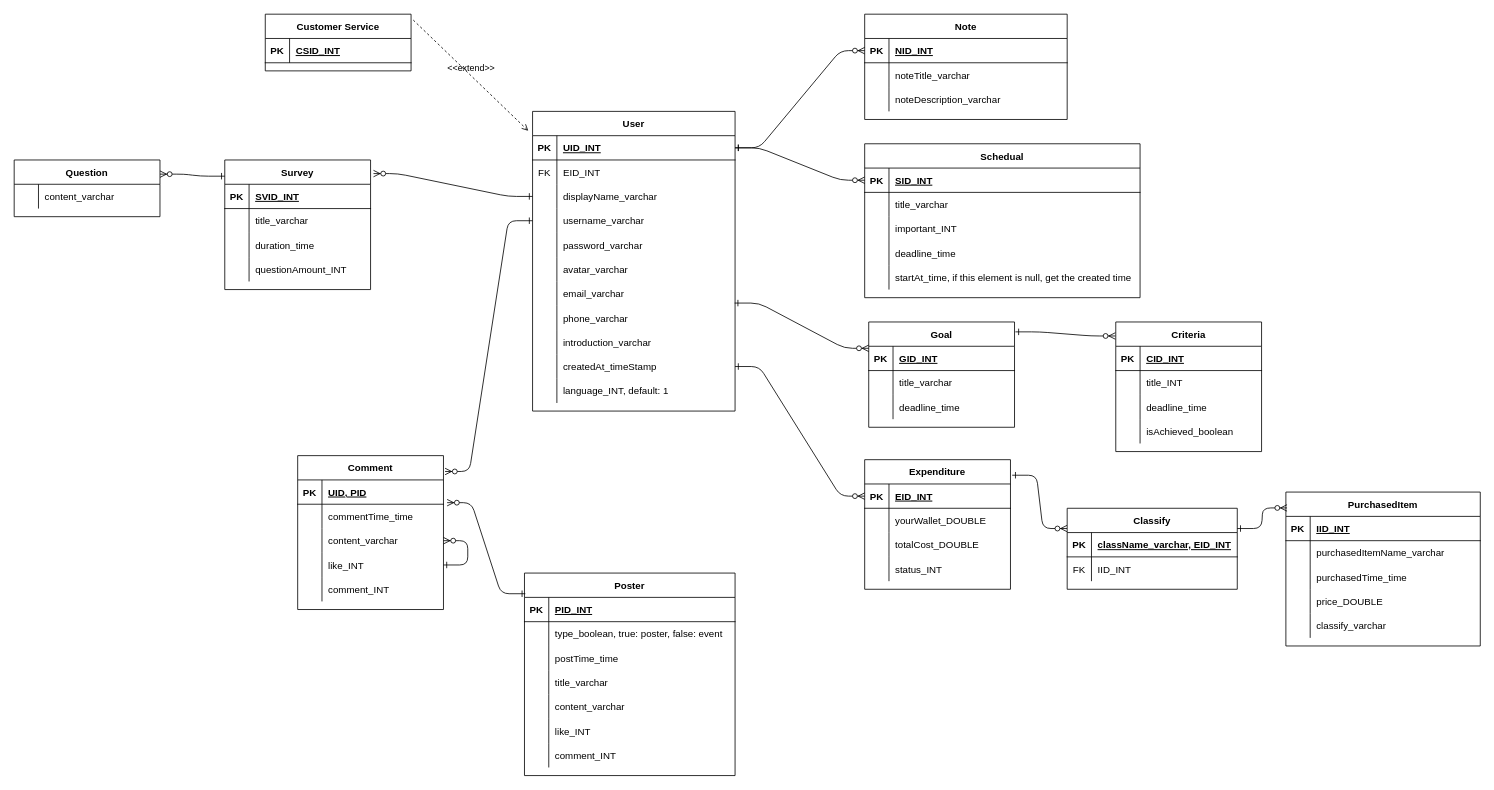
johnvo24/vku_bp2_web_youli keeps this draw.io diagram as documents/draw.io/system_database.drawio. Above is the earlier version. Source tidied: cells renumbered, new cells numbered last; positions are measured from the earlier drawing's top-left corner, leaving out a move shared by most shapes. Both pictures are drawn from the tidied source at 81%, with x=0, y=0 at pixel (14, 14).
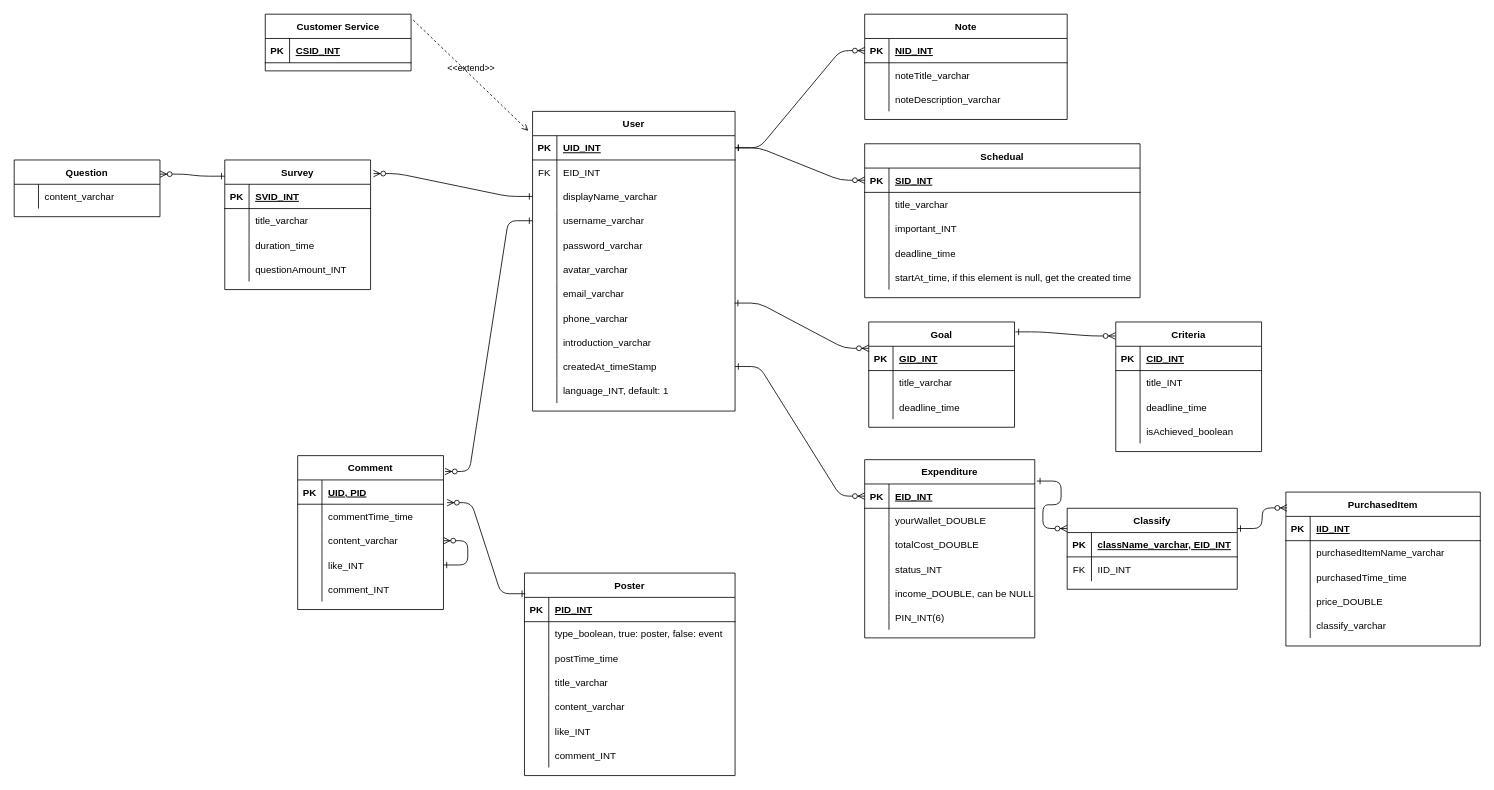
The same diagram, later.

Change to the diagram source:
```diff
@@
     <mxCell id="106" value="Expenditure" style="shape=table;startSize=30;childLayout=tableLayout;rowLines=0;fontStyle=1;align=center;" parent="1" vertex="1">
-      <mxGeometry x="1050" y="550" width="180" height="160" as="geometry" />
+      <mxGeometry x="1050" y="550" width="210" height="220" as="geometry" />
     </mxCell>
     <mxCell id="107" style="shape=tableRow;horizontal=0;startSize=0;swimlaneHead=0;swimlaneBody=0;fillColor=none;points=[[0,0.5],[1,0.5]];portConstraint=eastwest;top=0;left=0;right=0;bottom=1;" parent="106" vertex="1">
-      <mxGeometry y="30" width="180" height="30" as="geometry" />
+      <mxGeometry y="30" width="210" height="30" as="geometry" />
     </mxCell>
@@
     <mxCell id="109" value="EID_INT" style="shape=partialRectangle;fillColor=none;top=0;left=0;bottom=0;right=0;align=left;spacingLeft=6;fontStyle=5;overflow=hidden;" parent="107" vertex="1">
-      <mxGeometry x="30" width="150" height="30" as="geometry" />
+      <mxGeometry x="30" width="180" height="30" as="geometry" />
     </mxCell>
     <mxCell id="110" style="shape=tableRow;horizontal=0;startSize=0;swimlaneHead=0;swimlaneBody=0;fillColor=none;top=0;left=0;right=0;bottom=0;" parent="106" vertex="1">
-      <mxGeometry y="60" width="180" height="30" as="geometry" />
+      <mxGeometry y="60" width="210" height="30" as="geometry" />
     </mxCell>
@@
     <mxCell id="112" value="yourWallet_DOUBLE" style="shape=partialRectangle;fillColor=none;top=0;left=0;bottom=0;right=0;align=left;spacingLeft=6;overflow=hidden;" parent="110" vertex="1">
-      <mxGeometry x="30" width="150" height="30" as="geometry" />
+      <mxGeometry x="30" width="180" height="30" as="geometry" />
     </mxCell>
     <mxCell id="113" style="shape=tableRow;horizontal=0;startSize=0;swimlaneHead=0;swimlaneBody=0;fillColor=none;top=0;left=0;right=0;bottom=0;" parent="106" vertex="1">
-      <mxGeometry y="90" width="180" height="30" as="geometry" />
+      <mxGeometry y="90" width="210" height="30" as="geometry" />
     </mxCell>
@@
     <mxCell id="115" value="totalCost_DOUBLE" style="shape=partialRectangle;fillColor=none;top=0;left=0;bottom=0;right=0;align=left;spacingLeft=6;overflow=hidden;" parent="113" vertex="1">
-      <mxGeometry x="30" width="150" height="30" as="geometry" />
+      <mxGeometry x="30" width="180" height="30" as="geometry" />
     </mxCell>
     <mxCell id="116" style="shape=tableRow;horizontal=0;startSize=0;swimlaneHead=0;swimlaneBody=0;fillColor=none;top=0;left=0;right=0;bottom=0;" parent="106" vertex="1">
-      <mxGeometry y="120" width="180" height="30" as="geometry" />
+      <mxGeometry y="120" width="210" height="30" as="geometry" />
     </mxCell>
@@
     <mxCell id="118" value="status_INT" style="shape=partialRectangle;fillColor=none;top=0;left=0;bottom=0;right=0;align=left;spacingLeft=6;overflow=hidden;" parent="116" vertex="1">
-      <mxGeometry x="30" width="150" height="30" as="geometry" />
+      <mxGeometry x="30" width="180" height="30" as="geometry" />
     </mxCell>
+    <mxCell id="193" style="shape=tableRow;horizontal=0;startSize=0;swimlaneHead=0;swimlaneBody=0;fillColor=none;top=0;left=0;right=0;bottom=0;" parent="106" vertex="1">
+      <mxGeometry y="150" width="210" height="30" as="geometry" />
+    </mxCell>
+    <mxCell id="194" style="shape=partialRectangle;fillColor=none;top=0;left=0;bottom=0;right=0;overflow=hidden;" parent="193" vertex="1">
+      <mxGeometry width="30" height="30" as="geometry" />
+    </mxCell>
+    <mxCell id="195" value="income_DOUBLE, can be NULL" style="shape=partialRectangle;fillColor=none;top=0;left=0;bottom=0;right=0;align=left;spacingLeft=6;overflow=hidden;" parent="193" vertex="1">
+      <mxGeometry x="30" width="180" height="30" as="geometry" />
+    </mxCell>
+    <mxCell id="196" style="shape=tableRow;horizontal=0;startSize=0;swimlaneHead=0;swimlaneBody=0;fillColor=none;top=0;left=0;right=0;bottom=0;" parent="106" vertex="1">
+      <mxGeometry y="180" width="210" height="30" as="geometry" />
+    </mxCell>
+    <mxCell id="197" style="shape=partialRectangle;fillColor=none;top=0;left=0;bottom=0;right=0;overflow=hidden;" parent="196" vertex="1">
+      <mxGeometry width="30" height="30" as="geometry" />
+    </mxCell>
+    <mxCell id="198" value="PIN_INT(6)" style="shape=partialRectangle;fillColor=none;top=0;left=0;bottom=0;right=0;align=left;spacingLeft=6;overflow=hidden;" parent="196" vertex="1">
+      <mxGeometry x="30" width="180" height="30" as="geometry" />
+    </mxCell>
```
